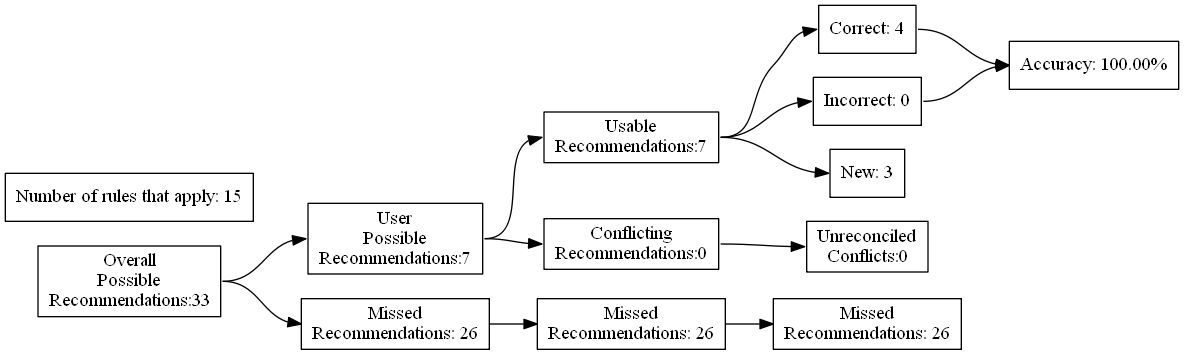
Earlier version of the Graphviz export test_renders/68.gv.png (ZaxR/ibd_diet_analysis). Its source is kept beside it as test_renders/68.gv.
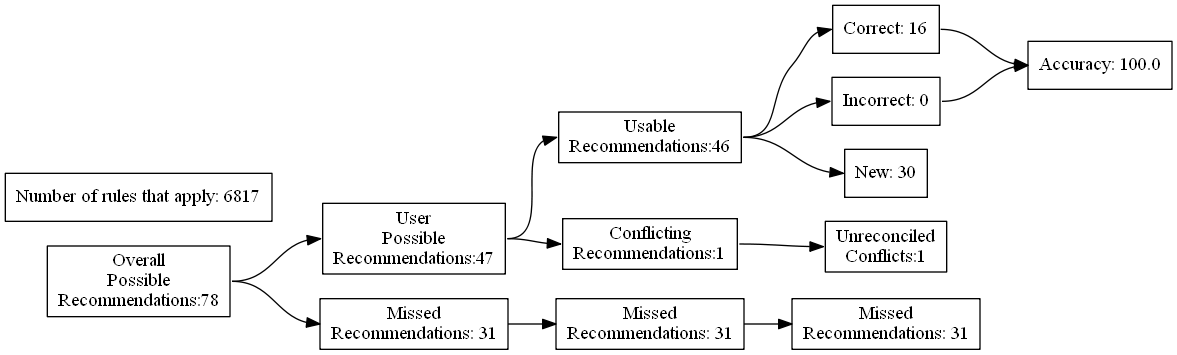
After the commit.

The edit, as a diff of the source:
```diff
@@ -4,27 +4,27 @@
 	edge [headport=w tailport=e]
 		A [label="Overall
 Possible
-Recommendations:33"]
+Recommendations:78"]
 		B [label="User
 Possible
-Recommendations:7"]
+Recommendations:47"]
 		C [label="Missed
-Recommendations: 26"]
+Recommendations: 31"]
 		D [label="Usable
-Recommendations:7"]
+Recommendations:46"]
 		E [label="Conflicting
-Recommendations:0"]
+Recommendations:1"]
 		J [label="Missed
-Recommendations: 26"]
+Recommendations: 31"]
 		M [label="Unreconciled
-Conflicts:0"]
-		F [label="Correct: 4"]
+Conflicts:1"]
+		F [label="Correct: 16"]
 		G [label="Incorrect: 0"]
-		H [label="New: 3"]
+		H [label="New: 30"]
 		K [label="Missed
-Recommendations: 26"]
-		I [label="Accuracy: 100.00%"]
-		l [label="Number of rules that apply: 15"]
+Recommendations: 31"]
+		I [label="Accuracy: 100.0"]
+		l [label="Number of rules that apply: 6817"]
 			A -> B
 			A -> C
 			B -> D
```
